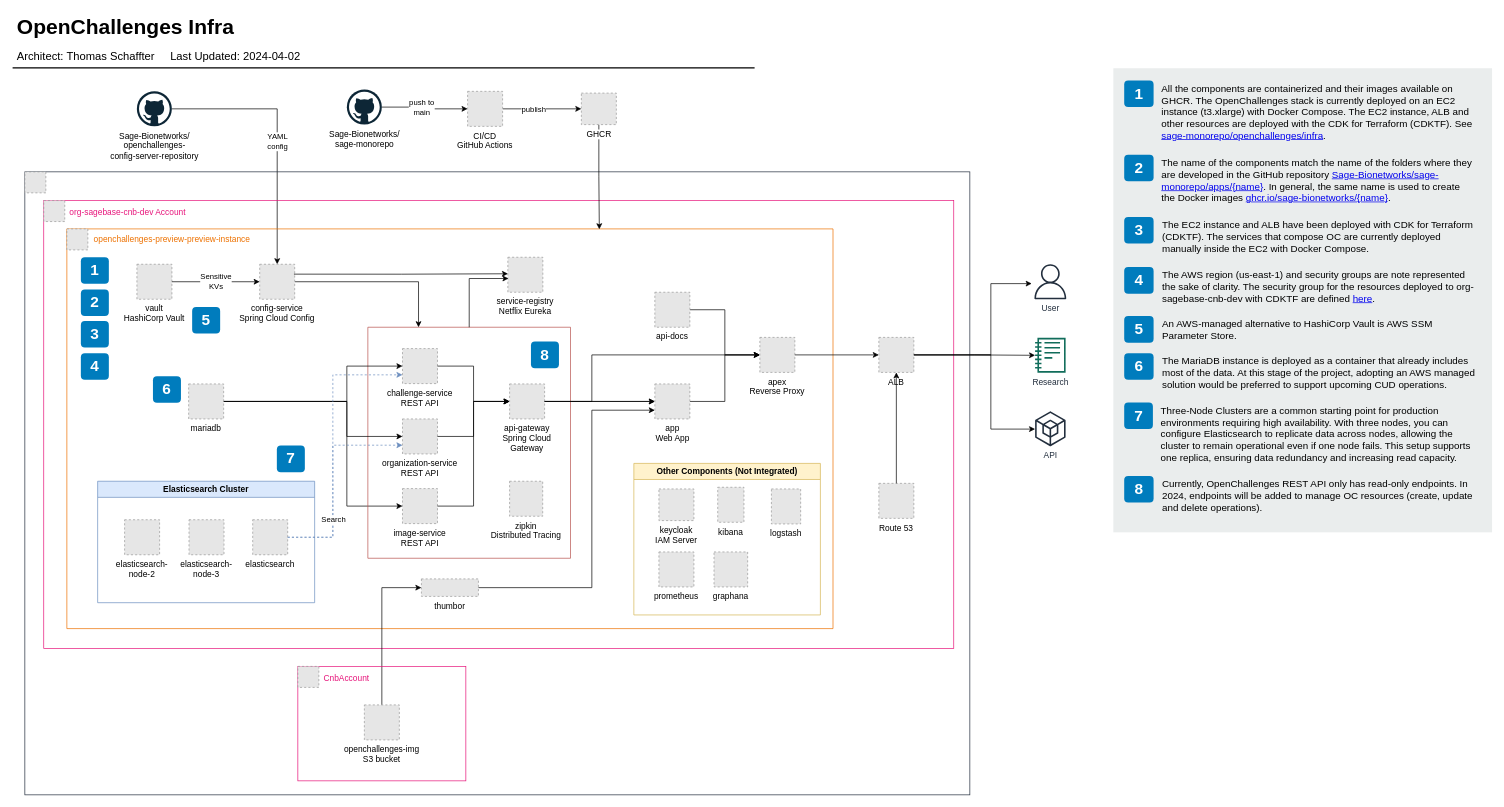
This is diagrams/openchallenges/openchallenges-infra.drawio from Sage-Bionetworks/sage-monorepo, a draw.io file, before an edit. Source tidied: cells renumbered, new cells numbered last; positions are measured from the earlier drawing's top-left corner, leaving out a move shared by most shapes. Both pictures are drawn from the tidied source at 70%, with x=0, y=0 at pixel (12, 11). Pictures stored in the file or linked from it are replaced by grey dashed boxes.
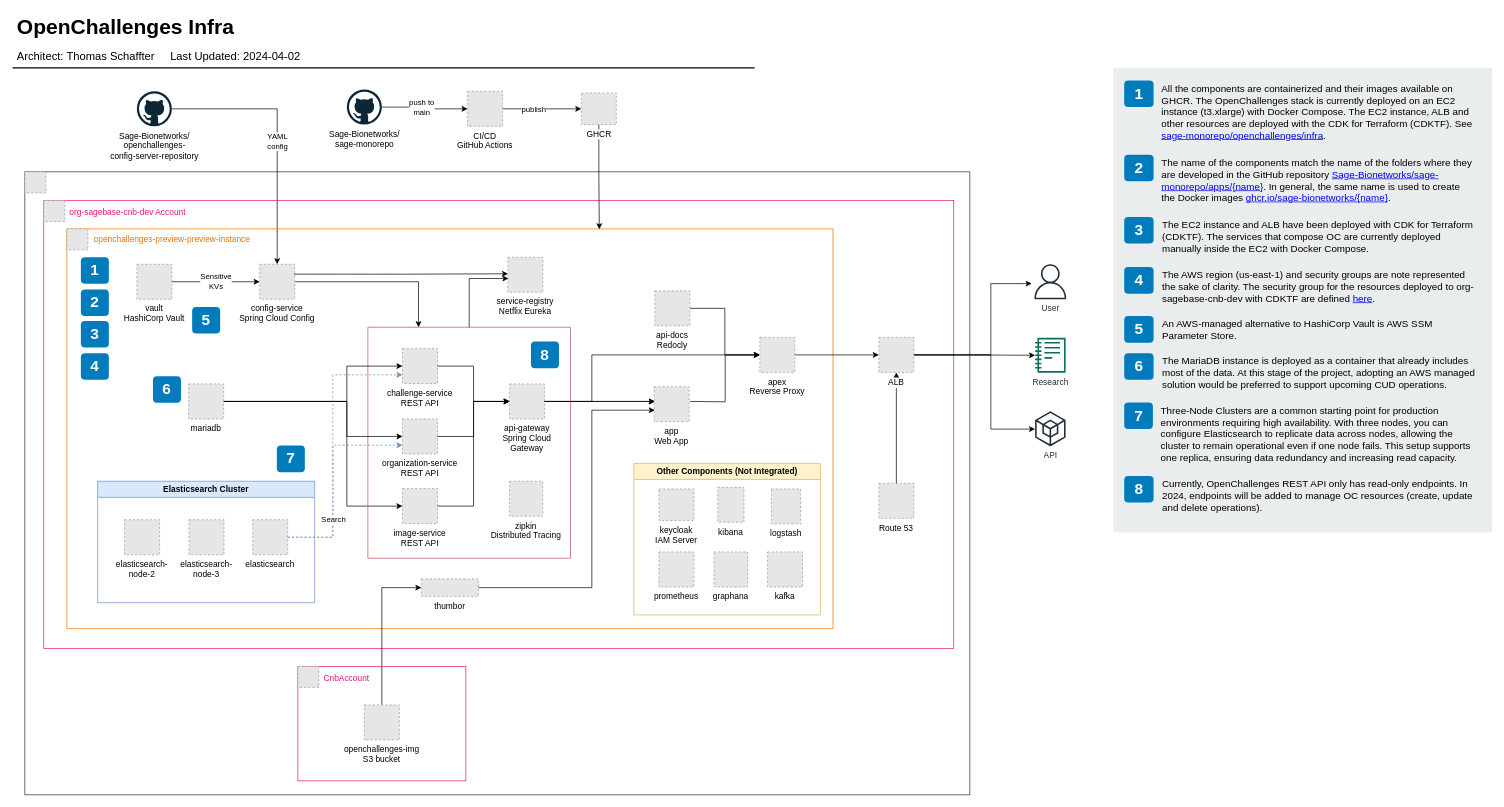
After the change.

The change refers to these unchanged cells:
```xml
<mxCell id="15" style="group;" parent="12" vertex="1">
  <mxGeometry x="27" y="41" width="1300" height="639" as="geometry" />
</mxCell>
<mxCell id="19" style="group;" parent="18" vertex="1">
  <mxGeometry width="1094.5" height="571" as="geometry" />
</mxCell>
<mxCell id="32" value="api-gateway&#10;Spring Cloud&#10;Gateway&#10;" style="fillColor=#E6E6E6;strokeColor=#999999;dashed=1;verticalAlign=top;labelPosition=center;verticalLabelPosition=bottom;align=center;" parent="28" vertex="1">
  <mxGeometry x="202.5" y="81" width="50" height="50" as="geometry" />
</mxCell>
<mxCell id="57" value="apex&#10;Reverse Proxy" style="fillColor=#E6E6E6;strokeColor=#999999;dashed=1;labelPosition=center;verticalLabelPosition=bottom;align=center;verticalAlign=top;" parent="19" vertex="1">
  <mxGeometry x="990" y="155" width="50" height="50" as="geometry" />
</mxCell>
<mxCell id="61" value="thumbor" style="fillColor=#E6E6E6;strokeColor=#999999;dashed=1;verticalLabelPosition=bottom;labelBackgroundColor=default;verticalAlign=top;" parent="18" vertex="1">
  <mxGeometry x="506.5" y="500" width="81.5" height="25" as="geometry" />
</mxCell>
```

Change to the diagram source:
```diff
@@
+    <mxCell id="63" value="app&#10;Web App" style="fillColor=#E6E6E6;strokeColor=#999999;dashed=1;verticalLabelPosition=bottom;labelBackgroundColor=default;verticalAlign=top;" parent="19" vertex="1">
+      <mxGeometry x="839" y="225.5" width="50" height="50" as="geometry" />
+    </mxCell>
@@
-    <mxCell id="62" style="edgeStyle=orthogonalEdgeStyle;rounded=0;jettySize=auto;html=1;entryX=0;entryY=0.5;entryDx=0;entryDy=0;" parent="15" edge="1" source="63" target="57">
-      <mxGeometry relative="1" as="geometry" />
+    <mxCell id="62" style="edgeStyle=orthogonalEdgeStyle;rounded=0;jettySize=auto;html=1;entryX=0;entryY=0.5;entryDx=0;entryDy=0;" parent="15" edge="1" target="57">
+      <mxGeometry relative="1" as="geometry">
+        <mxPoint x="923" y="287" as="sourcePoint" />
+      </mxGeometry>
     </mxCell>
-    <mxCell id="63" value="app&lt;br&gt;Web App" style="fillColor=#E6E6E6;strokeColor=#999999;dashed=1;html=1;verticalAlign=top;verticalLabelPosition=bottom;labelBackgroundColor=#ffffff;" parent="15" vertex="1">
-      <mxGeometry x="873" y="262" width="50" height="50" as="geometry" />
-    </mxCell>
-    <mxCell id="64" style="edgeStyle=orthogonalEdgeStyle;rounded=0;jettySize=auto;html=1;" parent="15" edge="1" source="32" target="63">
-      <mxGeometry relative="1" as="geometry" />
+    <mxCell id="64" style="edgeStyle=orthogonalEdgeStyle;rounded=0;jettySize=auto;html=1;" parent="15" edge="1" source="32">
+      <mxGeometry relative="1" as="geometry">
+        <mxPoint x="873" y="287" as="targetPoint" />
+      </mxGeometry>
     </mxCell>
-    <mxCell id="65" style="edgeStyle=orthogonalEdgeStyle;rounded=0;jettySize=auto;html=1;exitX=1;exitY=0.5;exitDx=0;exitDy=0;entryX=0;entryY=0.5;entryDx=0;entryDy=0;" parent="15" edge="1" source="32" target="63">
-      <mxGeometry relative="1" as="geometry" />
+    <mxCell id="65" style="edgeStyle=orthogonalEdgeStyle;rounded=0;jettySize=auto;html=1;exitX=1;exitY=0.5;exitDx=0;exitDy=0;entryX=0;entryY=0.5;entryDx=0;entryDy=0;" parent="15" edge="1" source="32">
+      <mxGeometry relative="1" as="geometry">
+        <mxPoint x="873" y="287" as="targetPoint" />
+      </mxGeometry>
     </mxCell>
-    <mxCell id="66" style="edgeStyle=orthogonalEdgeStyle;rounded=0;jettySize=auto;html=1;entryX=0;entryY=0.75;entryDx=0;entryDy=0;" parent="15" edge="1" source="61" target="63">
+    <mxCell id="66" style="edgeStyle=orthogonalEdgeStyle;rounded=0;jettySize=auto;html=1;entryX=0;entryY=0.75;entryDx=0;entryDy=0;" parent="15" edge="1" source="61">
       <mxGeometry relative="1" as="geometry">
+        <mxPoint x="873" y="299.5" as="targetPoint" />
         <Array as="points">
           <mxPoint x="783" y="553" />
           <mxPoint x="783" y="300" />
         </Array>
       </mxGeometry>
     </mxCell>
-    <mxCell id="67" style="edgeStyle=orthogonalEdgeStyle;rounded=0;jettySize=auto;html=1;entryX=0;entryY=0.5;entryDx=0;entryDy=0;" parent="15" edge="1" source="68" target="57">
+    <mxCell id="67" style="edgeStyle=orthogonalEdgeStyle;rounded=0;jettySize=auto;html=1;entryX=0;entryY=0.5;entryDx=0;entryDy=0;exitX=1;exitY=0.5;exitDx=0;exitDy=0;" parent="15" edge="1" source="119" target="57">
       <mxGeometry relative="1" as="geometry" />
     </mxCell>
-    <mxCell id="68" value="api-docs" style="fillColor=#E6E6E6;strokeColor=#999999;dashed=1;verticalLabelPosition=bottom;labelBackgroundColor=default;verticalAlign=top;" parent="15" vertex="1">
-      <mxGeometry x="873" y="131" width="50" height="50" as="geometry" />
-    </mxCell>
@@
-    <mxCell id="70" value="ALB" style="fillColor=#E6E6E6;strokeColor=#999999;dashed=1;verticalLabelPosition=bottom;verticalAlign=top;labelBackgroundColor=default;" parent="15" vertex="1">
-      <mxGeometry x="1193" y="195.5" width="50" height="50" as="geometry" />
-    </mxCell>
@@
+    <mxCell id="118" value="kafka" style="fillColor=#E6E6E6;strokeColor=#999999;dashed=1;labelPosition=center;verticalLabelPosition=bottom;align=center;verticalAlign=top;" parent="15" vertex="1">
+      <mxGeometry x="1034" y="502" width="50" height="50" as="geometry" />
+    </mxCell>
+    <mxCell id="119" value="api-docs&#10;Redocly&#10;" style="fillColor=#E6E6E6;strokeColor=#999999;dashed=1;verticalLabelPosition=bottom;labelBackgroundColor=default;verticalAlign=top;" parent="15" vertex="1">
+      <mxGeometry x="873" y="129" width="50" height="50" as="geometry" />
+    </mxCell>
+    <mxCell id="70" value="ALB" style="fillColor=#E6E6E6;strokeColor=#999999;dashed=1;verticalLabelPosition=bottom;verticalAlign=top;labelBackgroundColor=default;" parent="15" vertex="1">
+      <mxGeometry x="1193" y="195.5" width="50" height="50" as="geometry" />
+    </mxCell>
```
